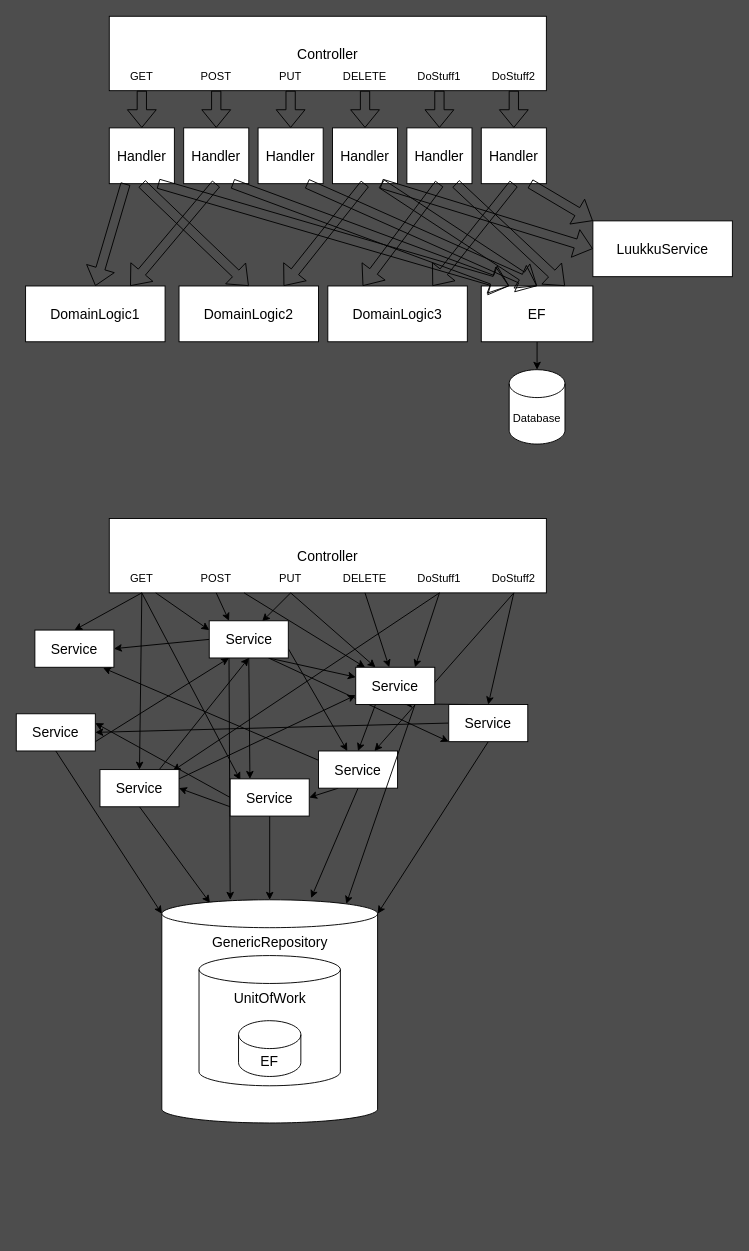
Markz878/CustomersHandlingMediatorVue keeps this draw.io diagram as BackEnd/API/Architecture.drawio. Above is the earlier version. Source tidied: cells renumbered, new cells numbered last; positions are measured from the earlier drawing's top-left corner, leaving out a move shared by most shapes. Both pictures are drawn from the tidied source at 93%, with x=0, y=0 at pixel (16, 16).
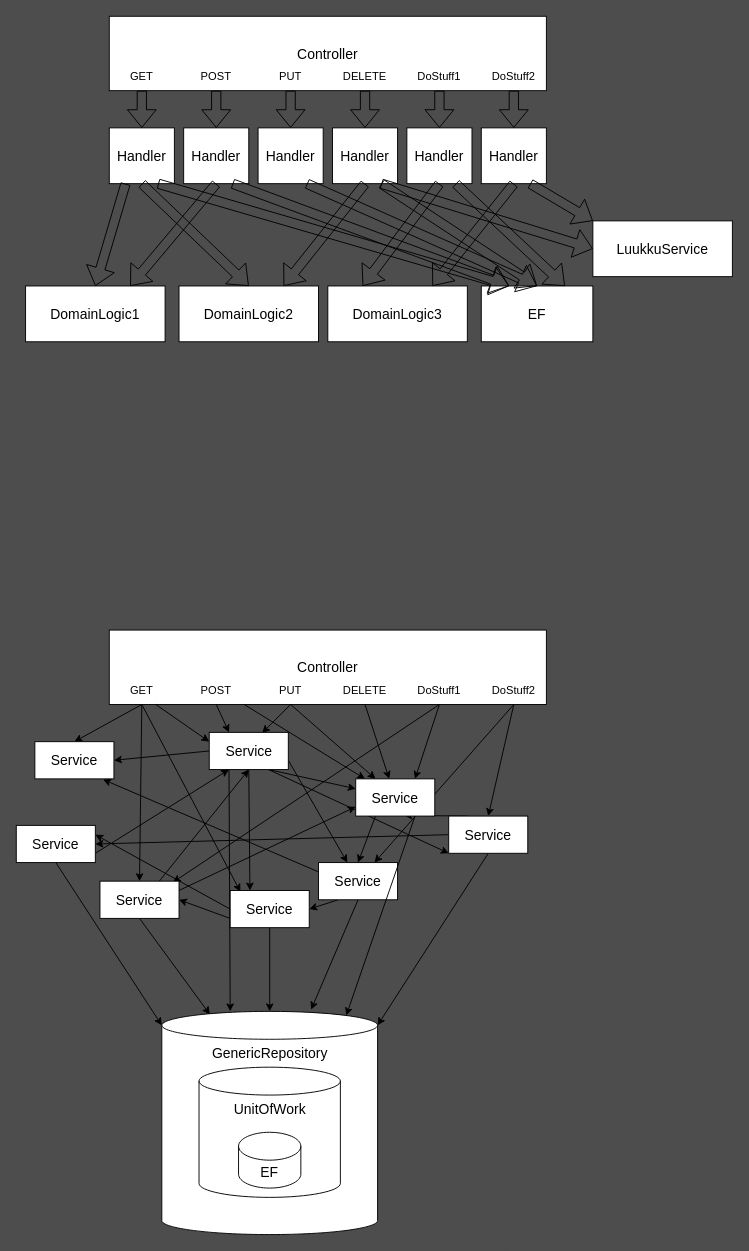
The same page after the edit.

The change refers to these unchanged cells:
```xml
<mxCell id="25" value="EF" style="rounded=0;whiteSpace=wrap;html=1;fontSize=15;" parent="1" vertex="1">
  <mxGeometry x="500" y="290" width="120" height="60" as="geometry" />
</mxCell>
```

Diff of the diagram source:
```diff
@@
-    <mxCell id="24" style="edgeStyle=none;html=1;entryX=0.5;entryY=0;entryDx=0;entryDy=0;entryPerimeter=0;" parent="1" edge="1" source="25" target="93">
-      <mxGeometry relative="1" as="geometry" />
-    </mxCell>
@@
     <mxCell id="40" value="Controller" style="rounded=0;whiteSpace=wrap;html=1;fontSize=15;" parent="1" vertex="1">
-      <mxGeometry x="100" y="540" width="470" height="80" as="geometry" />
+      <mxGeometry x="100" y="660" width="470" height="80" as="geometry" />
     </mxCell>
@@
     <mxCell id="45" value="GET" style="text;html=1;strokeColor=none;fillColor=none;align=center;verticalAlign=middle;whiteSpace=wrap;rounded=0;" parent="1" vertex="1">
-      <mxGeometry x="105" y="590" width="60" height="30" as="geometry" />
+      <mxGeometry x="105" y="710" width="60" height="30" as="geometry" />
     </mxCell>
@@
     <mxCell id="48" value="POST" style="text;html=1;strokeColor=none;fillColor=none;align=center;verticalAlign=middle;whiteSpace=wrap;rounded=0;" parent="1" vertex="1">
-      <mxGeometry x="185" y="590" width="60" height="30" as="geometry" />
+      <mxGeometry x="185" y="710" width="60" height="30" as="geometry" />
     </mxCell>
@@
     <mxCell id="51" value="PUT" style="text;html=1;strokeColor=none;fillColor=none;align=center;verticalAlign=middle;whiteSpace=wrap;rounded=0;" parent="1" vertex="1">
-      <mxGeometry x="265" y="590" width="60" height="30" as="geometry" />
+      <mxGeometry x="265" y="710" width="60" height="30" as="geometry" />
     </mxCell>
@@
     <mxCell id="53" value="DELETE" style="text;html=1;strokeColor=none;fillColor=none;align=center;verticalAlign=middle;whiteSpace=wrap;rounded=0;" parent="1" vertex="1">
-      <mxGeometry x="345" y="590" width="60" height="30" as="geometry" />
+      <mxGeometry x="345" y="710" width="60" height="30" as="geometry" />
     </mxCell>
@@
     <mxCell id="56" value="DoStuff1" style="text;html=1;strokeColor=none;fillColor=none;align=center;verticalAlign=middle;whiteSpace=wrap;rounded=0;" parent="1" vertex="1">
-      <mxGeometry x="425" y="590" width="60" height="30" as="geometry" />
+      <mxGeometry x="425" y="710" width="60" height="30" as="geometry" />
     </mxCell>
@@
     <mxCell id="59" value="DoStuff2" style="text;html=1;strokeColor=none;fillColor=none;align=center;verticalAlign=middle;whiteSpace=wrap;rounded=0;" parent="1" vertex="1">
-      <mxGeometry x="505" y="590" width="60" height="30" as="geometry" />
+      <mxGeometry x="505" y="710" width="60" height="30" as="geometry" />
     </mxCell>
     <mxCell id="60" value="Service" style="rounded=0;whiteSpace=wrap;html=1;fontSize=15;" parent="1" vertex="1">
-      <mxGeometry x="20" y="660" width="85" height="40" as="geometry" />
+      <mxGeometry x="20" y="780" width="85" height="40" as="geometry" />
     </mxCell>
@@
     <mxCell id="67" value="Service" style="rounded=0;whiteSpace=wrap;html=1;fontSize=15;" parent="1" vertex="1">
-      <mxGeometry x="207.5" y="650" width="85" height="40" as="geometry" />
+      <mxGeometry x="207.5" y="770" width="85" height="40" as="geometry" />
     </mxCell>
@@
     <mxCell id="70" value="Service" style="rounded=0;whiteSpace=wrap;html=1;fontSize=15;" parent="1" vertex="1">
-      <mxGeometry y="750" width="85" height="40" as="geometry" />
+      <mxGeometry y="870" width="85" height="40" as="geometry" />
     </mxCell>
@@
     <mxCell id="74" value="Service" style="rounded=0;whiteSpace=wrap;html=1;fontSize=15;" parent="1" vertex="1">
-      <mxGeometry x="90" y="810" width="85" height="40" as="geometry" />
+      <mxGeometry x="90" y="930" width="85" height="40" as="geometry" />
     </mxCell>
@@
     <mxCell id="78" value="Service" style="rounded=0;whiteSpace=wrap;html=1;fontSize=15;" parent="1" vertex="1">
-      <mxGeometry x="230" y="820" width="85" height="40" as="geometry" />
+      <mxGeometry x="230" y="940" width="85" height="40" as="geometry" />
     </mxCell>
@@
     <mxCell id="82" value="Service" style="rounded=0;whiteSpace=wrap;html=1;fontSize=15;" parent="1" vertex="1">
-      <mxGeometry x="325" y="790" width="85" height="40" as="geometry" />
+      <mxGeometry x="325" y="910" width="85" height="40" as="geometry" />
     </mxCell>
@@
     <mxCell id="86" value="Service" style="rounded=0;whiteSpace=wrap;html=1;fontSize=15;" parent="1" vertex="1">
-      <mxGeometry x="465" y="740" width="85" height="40" as="geometry" />
+      <mxGeometry x="465" y="860" width="85" height="40" as="geometry" />
     </mxCell>
@@
     <mxCell id="89" value="Service" style="rounded=0;whiteSpace=wrap;html=1;fontSize=15;" parent="1" vertex="1">
-      <mxGeometry x="365" y="700" width="85" height="40" as="geometry" />
+      <mxGeometry x="365" y="820" width="85" height="40" as="geometry" />
     </mxCell>
     <mxCell id="90" value="GenericRepository" style="shape=cylinder3;whiteSpace=wrap;html=1;boundedLbl=1;backgroundOutline=1;size=15;fontSize=15;verticalAlign=top;" parent="1" vertex="1">
-      <mxGeometry x="156.5" y="950" width="232" height="240" as="geometry" />
+      <mxGeometry x="156.5" y="1070" width="232" height="240" as="geometry" />
     </mxCell>
     <mxCell id="91" value="UnitOfWork" style="shape=cylinder3;whiteSpace=wrap;html=1;boundedLbl=1;backgroundOutline=1;size=15;fontSize=15;verticalAlign=top;" parent="1" vertex="1">
-      <mxGeometry x="196.5" y="1010" width="152" height="140" as="geometry" />
+      <mxGeometry x="196.5" y="1130" width="152" height="140" as="geometry" />
     </mxCell>
     <mxCell id="92" value="EF" style="shape=cylinder3;whiteSpace=wrap;html=1;boundedLbl=1;backgroundOutline=1;size=15;fontSize=15;" parent="1" vertex="1">
-      <mxGeometry x="239" y="1080" width="67" height="60" as="geometry" />
+      <mxGeometry x="239" y="1200" width="67" height="60" as="geometry" />
     </mxCell>
-    <mxCell id="93" value="Database" style="shape=cylinder3;whiteSpace=wrap;html=1;boundedLbl=1;backgroundOutline=1;size=15;" parent="1" vertex="1">
-      <mxGeometry x="530" y="380" width="60" height="80" as="geometry" />
-    </mxCell>
```
